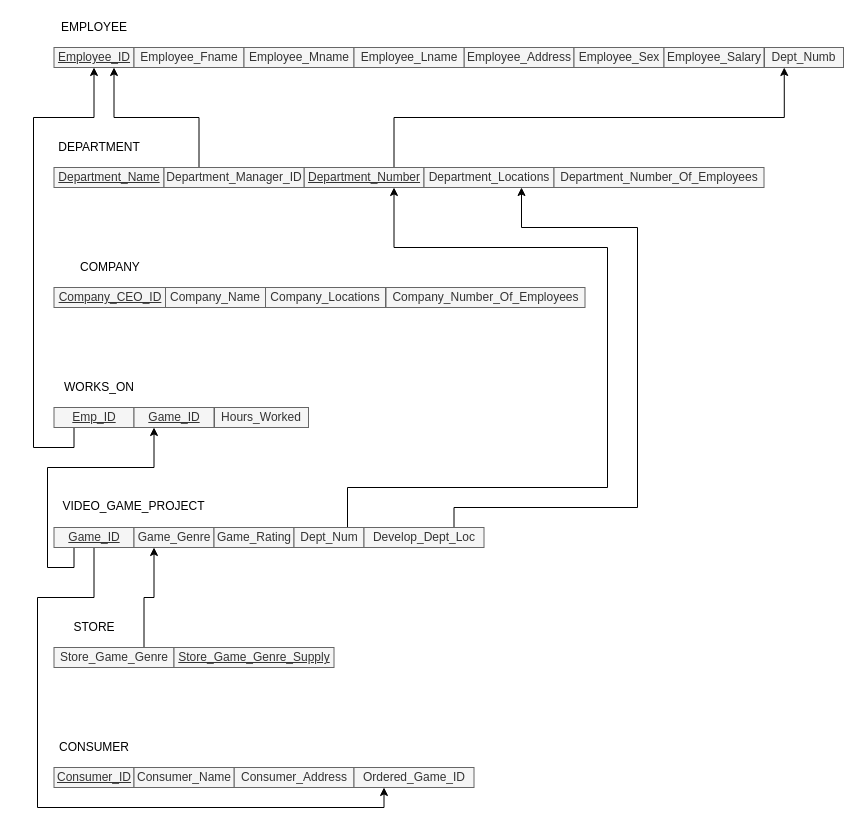
This is page "DB_Schema" (2 of 5) of Computer_Science_CS/4700_Database_Management/Database Management Project Enitity Relationship Diagram.drawio from CameronWFox/College_Courses, a draw.io file, before an edit. Source tidied: cells renumbered, new cells numbered last; positions are measured from the earlier drawing's top-left corner, leaving out a move shared by most shapes. Both pictures are drawn from the tidied source at 100%, with x=0, y=0 at pixel (33, 17).
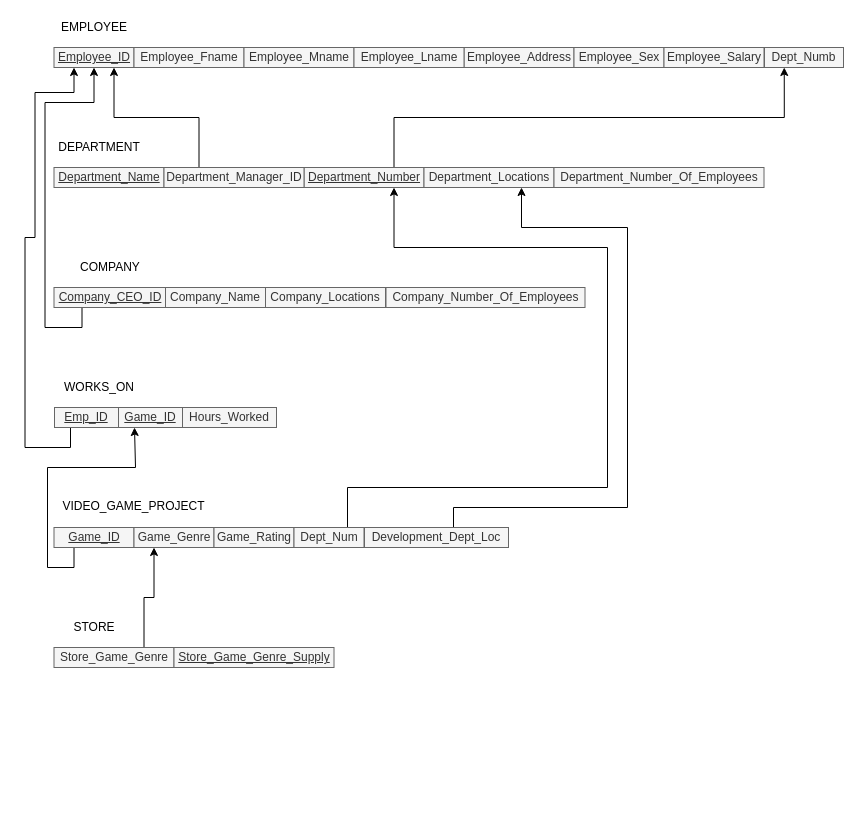
After the change.

Unchanged cells that the change refers to:
```xml
<mxCell id="7" value="Employee_ID" style="text;html=1;align=center;verticalAlign=middle;whiteSpace=wrap;rounded=0;fillColor=#f5f5f5;strokeColor=#666666;fontColor=#333333;fontStyle=4;" parent="1" vertex="1">
  <mxGeometry x="20.5" y="30" width="80" height="20" as="geometry" />
</mxCell>
<mxCell id="9" value="Company_CEO_ID" style="text;html=1;align=center;verticalAlign=middle;whiteSpace=wrap;rounded=0;fillColor=#f5f5f5;strokeColor=#666666;fontColor=#333333;fontStyle=4;" parent="1" vertex="1">
  <mxGeometry x="20.5" y="270" width="112" height="20" as="geometry" />
</mxCell>
<mxCell id="12" value="Game_ID" style="text;html=1;align=center;verticalAlign=middle;whiteSpace=wrap;rounded=0;fillColor=#f5f5f5;strokeColor=#666666;fontColor=#333333;fontStyle=4;" parent="1" vertex="1">
  <mxGeometry x="20.5" y="510" width="80" height="20" as="geometry" />
</mxCell>
<mxCell id="20" value="Department_Locations" style="text;html=1;align=center;verticalAlign=middle;whiteSpace=wrap;rounded=0;fillColor=#f5f5f5;strokeColor=#666666;fontColor=#333333;" parent="1" vertex="1">
  <mxGeometry x="390.5" y="150" width="130" height="20" as="geometry" />
</mxCell>
```

Change to the diagram source:
```diff
@@
-    <mxCell id="6" value="CONSUMER" style="text;html=1;strokeColor=none;fillColor=none;align=center;verticalAlign=middle;whiteSpace=wrap;rounded=0;" parent="1" vertex="1">
-      <mxGeometry x="20.5" y="720" width="80" height="20" as="geometry" />
-    </mxCell>
@@
+    <mxCell id="48" style="edgeStyle=orthogonalEdgeStyle;rounded=0;jettySize=auto;html=1;exitX=0.25;exitY=1;exitDx=0;exitDy=0;entryX=0.5;entryY=1;entryDx=0;entryDy=0;startArrow=none;startFill=0;endArrow=classic;endFill=1;" parent="1" edge="1" source="9" target="7">
+      <mxGeometry relative="1" as="geometry">
+        <Array as="points">
+          <mxPoint x="48.5" y="310" />
+          <mxPoint x="11.5" y="310" />
+          <mxPoint x="11.5" y="85" />
+          <mxPoint x="60.5" y="85" />
+        </Array>
+      </mxGeometry>
+    </mxCell>
@@
-    <mxCell id="10" style="edgeStyle=orthogonalEdgeStyle;rounded=0;jettySize=auto;html=1;exitX=0.5;exitY=1;exitDx=0;exitDy=0;entryX=0.25;entryY=1;entryDx=0;entryDy=0;startArrow=none;startFill=0;endArrow=classic;endFill=1;" parent="1" edge="1" source="12" target="47">
-      <mxGeometry relative="1" as="geometry">
-        <Array as="points">
-          <mxPoint x="60" y="580" />
-          <mxPoint x="4" y="580" />
-          <mxPoint x="4" y="790" />
-          <mxPoint x="351" y="790" />
-        </Array>
-      </mxGeometry>
-    </mxCell>
     <mxCell id="11" style="edgeStyle=orthogonalEdgeStyle;rounded=0;jettySize=auto;html=1;exitX=0.25;exitY=1;exitDx=0;exitDy=0;entryX=0.25;entryY=1;entryDx=0;entryDy=0;startArrow=none;startFill=0;endArrow=classic;endFill=1;" parent="1" edge="1" source="12" target="38">
       <mxGeometry relative="1" as="geometry">
         <Array as="points">
           <mxPoint x="40" y="550" />
           <mxPoint x="14" y="550" />
           <mxPoint x="14" y="450" />
-          <mxPoint x="120" y="450" />
+          <mxPoint x="102" y="450" />
         </Array>
       </mxGeometry>
     </mxCell>
@@
-    <mxCell id="13" value="Consumer_ID" style="text;html=1;align=center;verticalAlign=middle;whiteSpace=wrap;rounded=0;fillColor=#f5f5f5;strokeColor=#666666;fontColor=#333333;fontStyle=4;" parent="1" vertex="1">
-      <mxGeometry x="20.5" y="750" width="80" height="20" as="geometry" />
-    </mxCell>
@@
-    <mxCell id="33" value="Consumer_Address" style="text;html=1;align=center;verticalAlign=middle;whiteSpace=wrap;rounded=0;fillColor=#f5f5f5;strokeColor=#666666;fontColor=#333333;fontStyle=0;" parent="1" vertex="1">
-      <mxGeometry x="200.5" y="750" width="120" height="20" as="geometry" />
-    </mxCell>
-    <mxCell id="34" value="Consumer_Name" style="text;html=1;align=center;verticalAlign=middle;whiteSpace=wrap;rounded=0;fillColor=#f5f5f5;strokeColor=#666666;fontColor=#333333;fontStyle=0;" parent="1" vertex="1">
-      <mxGeometry x="100.5" y="750" width="100" height="20" as="geometry" />
-    </mxCell>
@@
-    <mxCell id="36" style="edgeStyle=orthogonalEdgeStyle;rounded=0;jettySize=auto;html=1;exitX=0.25;exitY=1;exitDx=0;exitDy=0;startArrow=none;startFill=0;endArrow=classic;endFill=1;entryX=0.5;entryY=1;entryDx=0;entryDy=0;" parent="1" edge="1" source="37" target="7">
+    <mxCell id="36" style="edgeStyle=orthogonalEdgeStyle;rounded=0;jettySize=auto;html=1;exitX=0.25;exitY=1;exitDx=0;exitDy=0;entryX=0.25;entryY=1;entryDx=0;entryDy=0;startArrow=none;startFill=0;endArrow=classic;endFill=1;" parent="1" edge="1" source="37" target="7">
       <mxGeometry relative="1" as="geometry">
         <Array as="points">
-          <mxPoint x="40" y="430" />
-          <mxPoint y="430" />
-          <mxPoint y="100" />
-          <mxPoint x="60" y="100" />
+          <mxPoint x="36.5" y="430" />
+          <mxPoint x="-8.5" y="430" />
+          <mxPoint x="-8.5" y="220" />
+          <mxPoint x="1.5" y="220" />
+          <mxPoint x="1.5" y="75" />
+          <mxPoint x="40.5" y="75" />
         </Array>
       </mxGeometry>
     </mxCell>
     <mxCell id="37" value="Emp_ID" style="text;html=1;align=center;verticalAlign=middle;whiteSpace=wrap;rounded=0;fillColor=#f5f5f5;strokeColor=#666666;fontColor=#333333;fontStyle=4;" parent="1" vertex="1">
-      <mxGeometry x="20.5" y="390" width="80" height="20" as="geometry" />
+      <mxGeometry x="21" y="390" width="64" height="20" as="geometry" />
     </mxCell>
     <mxCell id="38" value="Game_ID" style="text;html=1;align=center;verticalAlign=middle;whiteSpace=wrap;rounded=0;fillColor=#f5f5f5;strokeColor=#666666;fontColor=#333333;fontStyle=4;" parent="1" vertex="1">
-      <mxGeometry x="100.5" y="390" width="80" height="20" as="geometry" />
+      <mxGeometry x="85" y="390" width="64" height="20" as="geometry" />
     </mxCell>
@@
     <mxCell id="41" style="edgeStyle=orthogonalEdgeStyle;rounded=0;jettySize=auto;html=1;exitX=0.75;exitY=0;exitDx=0;exitDy=0;entryX=0.75;entryY=1;entryDx=0;entryDy=0;startArrow=none;startFill=0;endArrow=classic;endFill=1;" parent="1" edge="1" source="42" target="20">
       <mxGeometry relative="1" as="geometry">
         <Array as="points">
+          <mxPoint x="420" y="510" />
           <mxPoint x="420" y="490" />
-          <mxPoint x="604" y="490" />
-          <mxPoint x="604" y="210" />
+          <mxPoint x="594" y="490" />
+          <mxPoint x="594" y="210" />
           <mxPoint x="488" y="210" />
         </Array>
       </mxGeometry>
     </mxCell>
-    <mxCell id="42" value="Develop_Dept_Loc" style="text;html=1;align=center;verticalAlign=middle;whiteSpace=wrap;rounded=0;fillColor=#f5f5f5;strokeColor=#666666;fontColor=#333333;" parent="1" vertex="1">
-      <mxGeometry x="330.5" y="510" width="120" height="20" as="geometry" />
+    <mxCell id="42" value="Development_Dept_Loc" style="text;html=1;align=center;verticalAlign=middle;whiteSpace=wrap;rounded=0;fillColor=#f5f5f5;strokeColor=#666666;fontColor=#333333;" parent="1" vertex="1">
+      <mxGeometry x="331" y="510" width="144" height="20" as="geometry" />
     </mxCell>
     <mxCell id="43" value="Hours_Worked" style="text;html=1;align=center;verticalAlign=middle;whiteSpace=wrap;rounded=0;fillColor=#f5f5f5;strokeColor=#666666;fontColor=#333333;fontStyle=0;" parent="1" vertex="1">
-      <mxGeometry x="181" y="390" width="94" height="20" as="geometry" />
+      <mxGeometry x="149" y="390" width="94" height="20" as="geometry" />
     </mxCell>
@@
-    <mxCell id="47" value="Ordered_Game_ID" style="text;html=1;align=center;verticalAlign=middle;whiteSpace=wrap;rounded=0;fillColor=#f5f5f5;strokeColor=#666666;fontColor=#333333;fontStyle=0;" parent="1" vertex="1">
-      <mxGeometry x="320.5" y="750" width="120" height="20" as="geometry" />
-    </mxCell>
```
